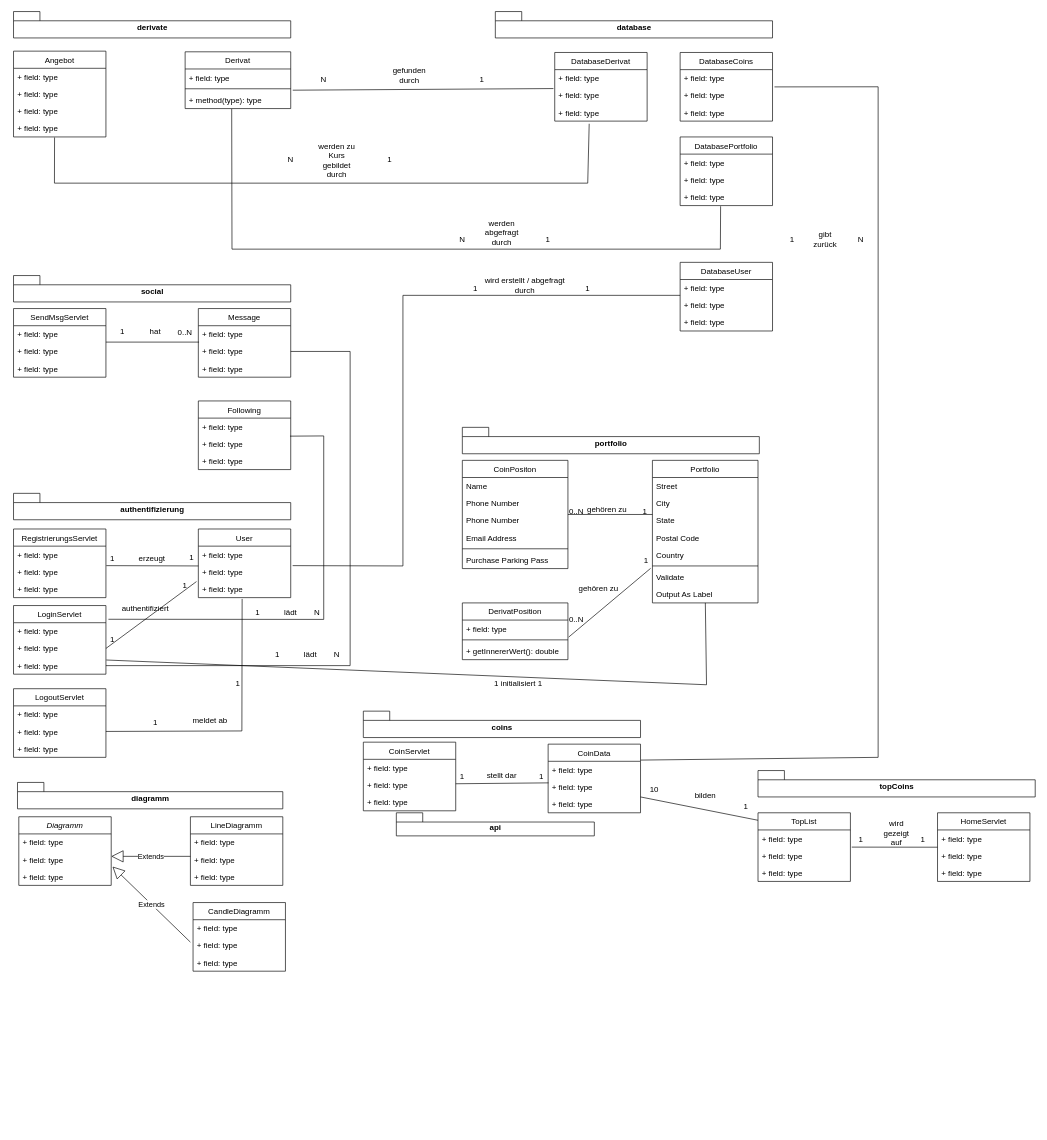
This is klassendiagram.drawio from LouisPetrik/Uebungsblatt02, a draw.io file, before an edit. Source tidied: cells renumbered, new cells numbered last; positions are measured from the earlier drawing's top-left corner, leaving out a move shared by most shapes. Both pictures are drawn from the tidied source at 66%, with x=0, y=0 at pixel (13, 11).
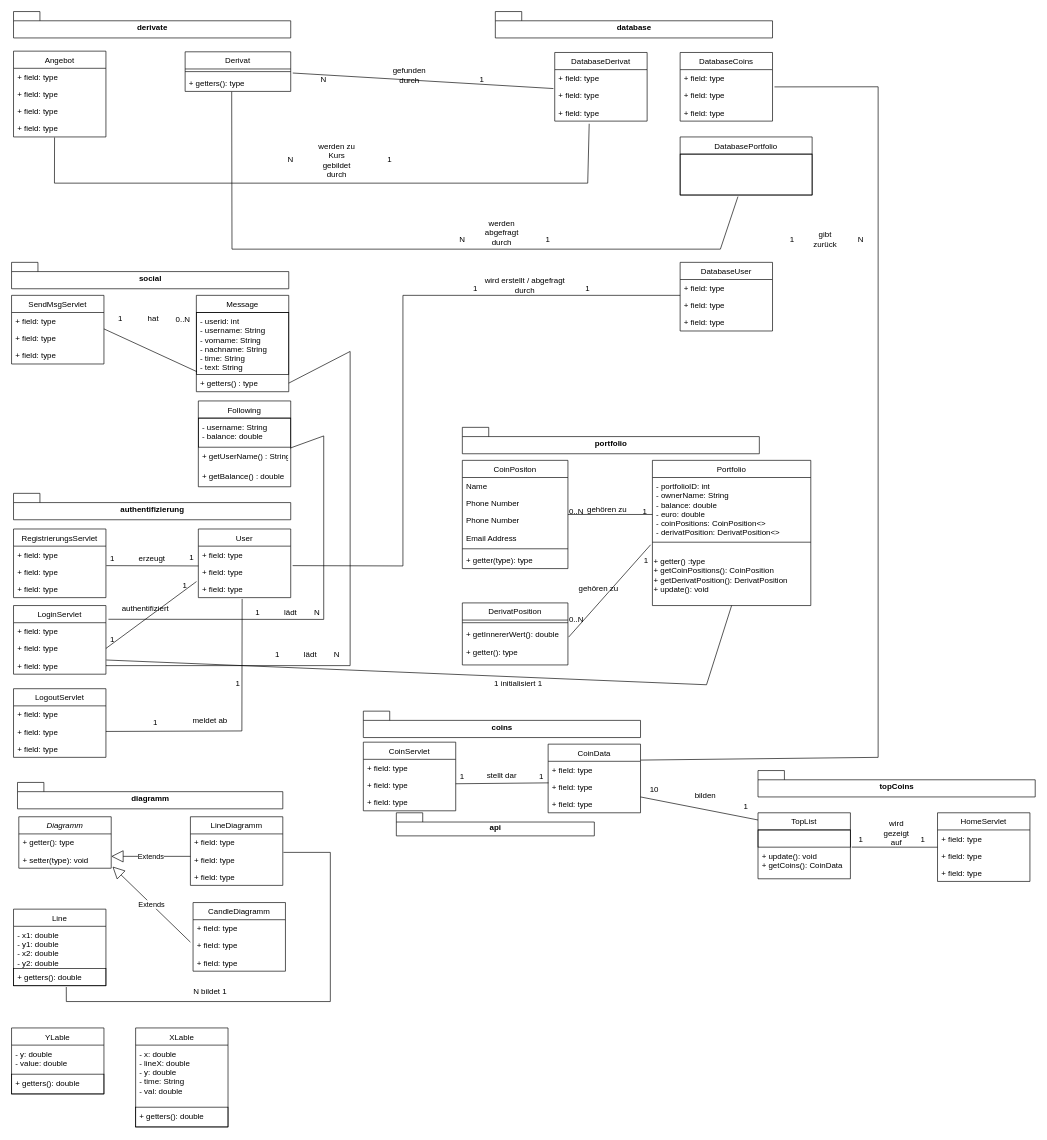
After the change.

Unchanged cells that the change refers to:
```xml
<mxCell id="2" value="CoinPositon" style="swimlane;fontStyle=0;align=center;verticalAlign=top;horizontal=1;startSize=26;rounded=0;shadow=0;strokeWidth=1;" parent="1" vertex="1">
  <mxGeometry x="680" y="680" width="160" height="164" as="geometry" />
</mxCell>
<mxCell id="37" value="+ field: type" style="text;strokeColor=none;fillColor=none;align=left;verticalAlign=top;spacingLeft=4;spacingRight=4;overflow=hidden;points=[[0,0.5],[1,0.5]];portConstraint=eastwest;" parent="35" vertex="1">
  <mxGeometry y="52" width="140" height="26" as="geometry" />
</mxCell>
<mxCell id="104" value="+ field: type" style="text;strokeColor=none;fillColor=none;align=left;verticalAlign=top;spacingLeft=4;spacingRight=4;overflow=hidden;points=[[0,0.5],[1,0.5]];portConstraint=eastwest;" parent="101" vertex="1">
  <mxGeometry y="78" width="140" height="26" as="geometry" />
</mxCell>
```

The edit, as a diff of the source:
```diff
@@
-    <mxCell id="8" value="Purchase Parking Pass" style="text;align=left;verticalAlign=top;spacingLeft=4;spacingRight=4;overflow=hidden;" parent="2" vertex="1">
+    <mxCell id="8" value="+ getter(type): type" style="text;align=left;verticalAlign=top;spacingLeft=4;spacingRight=4;overflow=hidden;" parent="2" vertex="1">
       <mxGeometry y="138" width="160" height="26" as="geometry" />
     </mxCell>
     <mxCell id="9" value="Portfolio" style="swimlane;fontStyle=0;align=center;verticalAlign=top;horizontal=1;startSize=26;rounded=0;shadow=0;strokeWidth=1;" parent="1" vertex="1">
-      <mxGeometry x="968" y="680" width="160" height="216" as="geometry" />
+      <mxGeometry x="968" y="680" width="240" height="220" as="geometry" />
     </mxCell>
-    <mxCell id="10" value="Street" style="text;align=left;verticalAlign=top;spacingLeft=4;spacingRight=4;overflow=hidden;" parent="9" vertex="1">
-      <mxGeometry y="26" width="160" height="26" as="geometry" />
+    <mxCell id="10" value="- portfolioID: int&#10;- ownerName: String&#10;- balance: double&#10;- euro: double&#10;- coinPositions: CoinPosition&lt;&gt;&#10;- derivatPosition: DerivatPosition&lt;&gt;" style="text;align=left;verticalAlign=top;spacingLeft=4;spacingRight=4;overflow=hidden;" parent="9" vertex="1">
+      <mxGeometry y="26" width="240" height="94" as="geometry" />
     </mxCell>
-    <mxCell id="11" value="City" style="text;align=left;verticalAlign=top;spacingLeft=4;spacingRight=4;overflow=hidden;rounded=0;shadow=0;html=0;" parent="9" vertex="1">
-      <mxGeometry y="52" width="160" height="26" as="geometry" />
-    </mxCell>
-    <mxCell id="12" value="State" style="text;align=left;verticalAlign=top;spacingLeft=4;spacingRight=4;overflow=hidden;rounded=0;shadow=0;html=0;" parent="9" vertex="1">
-      <mxGeometry y="78" width="160" height="26" as="geometry" />
-    </mxCell>
-    <mxCell id="13" value="Postal Code" style="text;align=left;verticalAlign=top;spacingLeft=4;spacingRight=4;overflow=hidden;rounded=0;shadow=0;html=0;" parent="9" vertex="1">
-      <mxGeometry y="104" width="160" height="26" as="geometry" />
-    </mxCell>
-    <mxCell id="14" value="Country" style="text;align=left;verticalAlign=top;spacingLeft=4;spacingRight=4;overflow=hidden;rounded=0;shadow=0;html=0;" parent="9" vertex="1">
-      <mxGeometry y="130" width="160" height="26" as="geometry" />
-    </mxCell>
     <mxCell id="15" style="line;html=1;strokeWidth=1;align=left;verticalAlign=middle;spacingTop=-1;spacingLeft=3;spacingRight=3;labelPosition=right;" parent="9" vertex="1">
-      <mxGeometry y="156" width="160" height="8" as="geometry" />
+      <mxGeometry y="120" width="240" height="8" as="geometry" />
     </mxCell>
-    <mxCell id="16" value="Validate" style="text;align=left;verticalAlign=top;spacingLeft=4;spacingRight=4;overflow=hidden;points=[[0,0.5],[1,0.5]];portConstraint=eastwest;" parent="9" vertex="1">
-      <mxGeometry y="164" width="160" height="26" as="geometry" />
-    </mxCell>
-    <mxCell id="17" value="Output As Label" style="text;align=left;verticalAlign=top;spacingLeft=4;spacingRight=4;overflow=hidden;points=[[0,0.5],[1,0.5]];portConstraint=eastwest;" parent="9" vertex="1">
-      <mxGeometry y="190" width="160" height="26" as="geometry" />
-    </mxCell>
+    <mxCell id="180" value="&lt;span style=&quot;&quot;&gt;+ getter() :type&lt;/span&gt;&lt;br style=&quot;padding: 0px; margin: 0px;&quot;&gt;&lt;span style=&quot;&quot;&gt;+ getCoinPositions(): CoinPosition&lt;/span&gt;&lt;br style=&quot;padding: 0px; margin: 0px;&quot;&gt;&lt;span style=&quot;&quot;&gt;+ getDerivatPosition(): DerivatPosition&lt;/span&gt;&lt;br style=&quot;padding: 0px; margin: 0px;&quot;&gt;&lt;span style=&quot;&quot;&gt;+ update(): void&lt;/span&gt;" style="text;html=1;strokeColor=none;fillColor=none;align=left;verticalAlign=middle;whiteSpace=wrap;rounded=0;" parent="9" vertex="1">
+      <mxGeometry y="128" width="240" height="92" as="geometry" />
+    </mxCell>
@@
     <mxCell id="22" value="DerivatPosition&#10;" style="swimlane;fontStyle=0;align=center;verticalAlign=top;horizontal=1;startSize=26;" parent="1" vertex="1">
-      <mxGeometry x="680" y="896" width="160" height="86" as="geometry" />
+      <mxGeometry x="680" y="896" width="160" height="94" as="geometry" />
     </mxCell>
-    <mxCell id="23" value="+ field: type" style="text;strokeColor=none;fillColor=none;align=left;verticalAlign=top;spacingLeft=4;spacingRight=4;overflow=hidden;points=[[0,0.5],[1,0.5]];portConstraint=eastwest;" parent="22" vertex="1">
-      <mxGeometry y="26" width="160" height="26" as="geometry" />
-    </mxCell>
     <mxCell id="24" style="line;strokeWidth=1;fillColor=none;align=left;verticalAlign=middle;spacingTop=-1;spacingLeft=3;spacingRight=3;labelPosition=right;" parent="22" vertex="1">
-      <mxGeometry y="52" width="160" height="8" as="geometry" />
+      <mxGeometry y="26" width="160" height="8" as="geometry" />
     </mxCell>
-    <mxCell id="25" value="+ getInnererWert(): double" style="text;strokeColor=none;fillColor=none;align=left;verticalAlign=top;spacingLeft=4;spacingRight=4;overflow=hidden;" parent="22" vertex="1">
-      <mxGeometry y="60" width="160" height="26" as="geometry" />
+    <mxCell id="25" value="+ getInnererWert(): double&#10;&#10;+ getter(): type" style="text;strokeColor=none;fillColor=none;align=left;verticalAlign=top;spacingLeft=4;spacingRight=4;overflow=hidden;" parent="22" vertex="1">
+      <mxGeometry y="34" width="160" height="60" as="geometry" />
     </mxCell>
@@
-    <mxCell id="29" style="endArrow=none;html=1;rounded=0;entryX=-0.017;entryY=-0.013;entryDx=0;entryDy=0;entryPerimeter=0;exitX=1.007;exitY=0.994;exitDx=0;exitDy=0;exitPerimeter=0;" parent="1" edge="1" source="23" target="16">
-      <mxGeometry relative="1" as="geometry" />
+    <mxCell id="29" style="endArrow=none;html=1;rounded=0;entryX=-0.017;entryY=-0.013;entryDx=0;entryDy=0;entryPerimeter=0;exitX=1.007;exitY=0.994;exitDx=0;exitDy=0;exitPerimeter=0;" parent="1" edge="1">
+      <mxGeometry relative="1" as="geometry">
+        <mxPoint x="841.1" y="947.8" as="sourcePoint" />
+        <mxPoint x="965.3" y="807.9" as="targetPoint" />
+      </mxGeometry>
     </mxCell>
     <mxCell id="30" value="Diagramm" style="swimlane;fontStyle=2;horizontal=1;startSize=26;fillColor=none;" parent="1" vertex="1">
-      <mxGeometry x="8" y="1220" width="140" height="104" as="geometry" />
+      <mxGeometry x="8" y="1220" width="140" height="78" as="geometry" />
     </mxCell>
-    <mxCell id="31" value="+ field: type" style="text;strokeColor=none;fillColor=none;align=left;verticalAlign=top;spacingLeft=4;spacingRight=4;overflow=hidden;" parent="30" vertex="1">
+    <mxCell id="31" value="+ getter(): type" style="text;strokeColor=none;fillColor=none;align=left;verticalAlign=top;spacingLeft=4;spacingRight=4;overflow=hidden;" parent="30" vertex="1">
       <mxGeometry y="26" width="140" height="26" as="geometry" />
     </mxCell>
-    <mxCell id="32" value="+ field: type" style="text;strokeColor=none;fillColor=none;align=left;verticalAlign=top;spacingLeft=4;spacingRight=4;overflow=hidden;points=[[0,0.5],[1,0.5]];portConstraint=eastwest;" parent="30" vertex="1">
+    <mxCell id="32" value="+ setter(type): void" style="text;strokeColor=none;fillColor=none;align=left;verticalAlign=top;spacingLeft=4;spacingRight=4;overflow=hidden;points=[[0,0.5],[1,0.5]];portConstraint=eastwest;" parent="30" vertex="1">
       <mxGeometry y="52" width="140" height="26" as="geometry" />
     </mxCell>
-    <mxCell id="33" value="+ field: type" style="text;strokeColor=none;fillColor=none;align=left;verticalAlign=top;spacingLeft=4;spacingRight=4;overflow=hidden;" parent="30" vertex="1">
-      <mxGeometry y="78" width="140" height="26" as="geometry" />
-    </mxCell>
@@
     <mxCell id="44" value="SendMsgServlet" style="swimlane;fontStyle=0;horizontal=1;startSize=26;fillColor=none;" parent="1" vertex="1">
-      <mxGeometry y="450" width="140" height="104" as="geometry" />
+      <mxGeometry x="-3" y="430" width="140" height="104" as="geometry" />
     </mxCell>
@@
     <mxCell id="48" value="Message" style="swimlane;fontStyle=0;horizontal=1;startSize=26;fillColor=none;" parent="1" vertex="1">
-      <mxGeometry x="280" y="450" width="140" height="104" as="geometry" />
+      <mxGeometry x="277" y="430" width="140" height="146" as="geometry" />
     </mxCell>
-    <mxCell id="49" value="+ field: type" style="text;strokeColor=none;fillColor=none;align=left;verticalAlign=top;spacingLeft=4;spacingRight=4;overflow=hidden;points=[[0,0.5],[1,0.5]];portConstraint=eastwest;" parent="48" vertex="1">
-      <mxGeometry y="26" width="140" height="26" as="geometry" />
+    <mxCell id="49" value="- userid: int &#10;- username: String&#10;- vorname: String&#10;- nachname: String&#10;- time: String&#10;- text: String" style="text;strokeColor=default;fillColor=none;align=left;verticalAlign=top;spacingLeft=4;spacingRight=4;overflow=hidden;points=[[0,0.5],[1,0.5]];portConstraint=eastwest;" parent="48" vertex="1">
+      <mxGeometry y="26" width="140" height="94" as="geometry" />
     </mxCell>
-    <mxCell id="50" value="+ field: type" style="text;strokeColor=none;fillColor=none;align=left;verticalAlign=top;spacingLeft=4;spacingRight=4;overflow=hidden;points=[[0,0.5],[1,0.5]];portConstraint=eastwest;" parent="48" vertex="1">
-      <mxGeometry y="52" width="140" height="26" as="geometry" />
+    <mxCell id="50" value="+ getters() : type" style="text;strokeColor=none;fillColor=none;align=left;verticalAlign=top;spacingLeft=4;spacingRight=4;overflow=hidden;points=[[0,0.5],[1,0.5]];portConstraint=eastwest;" parent="48" vertex="1">
+      <mxGeometry y="120" width="140" height="26" as="geometry" />
     </mxCell>
-    <mxCell id="51" value="+ field: type" style="text;strokeColor=none;fillColor=none;align=left;verticalAlign=top;spacingLeft=4;spacingRight=4;overflow=hidden;" parent="48" vertex="1">
-      <mxGeometry y="78" width="140" height="26" as="geometry" />
-    </mxCell>
@@
     <mxCell id="53" value="hat" style="text;html=1;strokeColor=none;fillColor=none;align=center;verticalAlign=middle;whiteSpace=wrap;rounded=0;" parent="1" vertex="1">
-      <mxGeometry x="200" y="470" width="30" height="30" as="geometry" />
+      <mxGeometry x="197" y="450" width="30" height="30" as="geometry" />
     </mxCell>
     <mxCell id="54" value="1" style="text;html=1;strokeColor=none;fillColor=none;align=center;verticalAlign=middle;whiteSpace=wrap;rounded=0;" parent="1" vertex="1">
-      <mxGeometry x="140" y="475" width="50" height="20" as="geometry" />
+      <mxGeometry x="137" y="455" width="50" height="20" as="geometry" />
     </mxCell>
     <mxCell id="55" value="0..N" style="text;html=1;strokeColor=none;fillColor=none;align=center;verticalAlign=middle;whiteSpace=wrap;rounded=0;" parent="1" vertex="1">
-      <mxGeometry x="230" y="472" width="60" height="30" as="geometry" />
+      <mxGeometry x="227" y="452" width="60" height="30" as="geometry" />
     </mxCell>
     <mxCell id="56" value="social&lt;br&gt;" style="shape=folder;fontStyle=1;spacingTop=10;tabWidth=40;tabHeight=14;tabPosition=left;html=1;" parent="1" vertex="1">
-      <mxGeometry y="400" width="420" height="40" as="geometry" />
+      <mxGeometry x="-3" y="380" width="420" height="40" as="geometry" />
     </mxCell>
@@
     <mxCell id="63" value="TopList" style="swimlane;fontStyle=0;horizontal=1;startSize=26;fillColor=none;" parent="1" vertex="1">
-      <mxGeometry x="1128" y="1214" width="140" height="104" as="geometry" />
+      <mxGeometry x="1128" y="1214" width="140" height="100" as="geometry" />
     </mxCell>
-    <mxCell id="64" value="+ field: type" style="text;strokeColor=none;fillColor=none;align=left;verticalAlign=top;spacingLeft=4;spacingRight=4;overflow=hidden;" parent="63" vertex="1">
-      <mxGeometry y="26" width="140" height="26" as="geometry" />
-    </mxCell>
-    <mxCell id="65" value="+ field: type" style="text;strokeColor=none;fillColor=none;align=left;verticalAlign=top;spacingLeft=4;spacingRight=4;overflow=hidden;" parent="63" vertex="1">
-      <mxGeometry y="52" width="140" height="26" as="geometry" />
+    <mxCell id="65" style="text;strokeColor=default;fillColor=none;align=left;verticalAlign=top;spacingLeft=4;spacingRight=4;overflow=hidden;" parent="63" vertex="1">
+      <mxGeometry y="26" width="140" height="26" as="geometry" />
     </mxCell>
-    <mxCell id="66" value="+ field: type" style="text;strokeColor=none;fillColor=none;align=left;verticalAlign=top;spacingLeft=4;spacingRight=4;overflow=hidden;" parent="63" vertex="1">
-      <mxGeometry y="78" width="140" height="26" as="geometry" />
+    <mxCell id="66" value="+ update(): void&#10;+ getCoins(): CoinData" style="text;strokeColor=none;fillColor=none;align=left;verticalAlign=top;spacingLeft=4;spacingRight=4;overflow=hidden;" parent="63" vertex="1">
+      <mxGeometry y="52" width="140" height="48" as="geometry" />
     </mxCell>
@@
     <mxCell id="113" value="Following" style="swimlane;fontStyle=0;horizontal=1;startSize=26;fillColor=none;" parent="1" vertex="1">
-      <mxGeometry x="280" y="590" width="140" height="104" as="geometry" />
+      <mxGeometry x="280" y="590" width="140" height="130" as="geometry" />
     </mxCell>
-    <mxCell id="114" value="+ field: type" style="text;strokeColor=none;fillColor=none;align=left;verticalAlign=top;spacingLeft=4;spacingRight=4;overflow=hidden;" parent="113" vertex="1">
-      <mxGeometry y="26" width="140" height="26" as="geometry" />
+    <mxCell id="114" value="- username: String&#10;- balance: double" style="text;strokeColor=default;fillColor=none;align=left;verticalAlign=top;spacingLeft=4;spacingRight=4;overflow=hidden;" parent="113" vertex="1">
+      <mxGeometry y="26" width="140" height="44" as="geometry" />
     </mxCell>
-    <mxCell id="115" value="+ field: type" style="text;strokeColor=none;fillColor=none;align=left;verticalAlign=top;spacingLeft=4;spacingRight=4;overflow=hidden;points=[[0,0.5],[1,0.5]];portConstraint=eastwest;" parent="113" vertex="1">
-      <mxGeometry y="52" width="140" height="26" as="geometry" />
+    <mxCell id="115" value="+ getUserName() : String" style="text;strokeColor=none;fillColor=none;align=left;verticalAlign=top;spacingLeft=4;spacingRight=4;overflow=hidden;points=[[0,0.5],[1,0.5]];portConstraint=eastwest;" parent="113" vertex="1">
+      <mxGeometry y="70" width="140" height="30" as="geometry" />
     </mxCell>
-    <mxCell id="116" value="+ field: type" style="text;strokeColor=none;fillColor=none;align=left;verticalAlign=top;spacingLeft=4;spacingRight=4;overflow=hidden;" parent="113" vertex="1">
-      <mxGeometry y="78" width="140" height="26" as="geometry" />
+    <mxCell id="116" value="+ getBalance() : double" style="text;strokeColor=none;fillColor=none;align=left;verticalAlign=top;spacingLeft=4;spacingRight=4;overflow=hidden;" parent="113" vertex="1">
+      <mxGeometry y="100" width="140" height="30" as="geometry" />
     </mxCell>
@@
-    <mxCell id="129" style="endArrow=none;html=1;rounded=0;strokeColor=default;exitX=1.004;exitY=0.173;exitDx=0;exitDy=0;exitPerimeter=0;" parent="1" edge="1" source="104" target="17">
+    <mxCell id="129" style="endArrow=none;html=1;rounded=0;strokeColor=default;exitX=1.004;exitY=0.173;exitDx=0;exitDy=0;exitPerimeter=0;entryX=0.5;entryY=1;entryDx=0;entryDy=0;" parent="1" edge="1" source="104" target="9">
       <mxGeometry relative="1" as="geometry">
         <Array as="points">
           <mxPoint x="1050" y="1020" />
         </Array>
       </mxGeometry>
     </mxCell>
@@
     <mxCell id="138" value="Derivat" style="swimlane;fontStyle=0;align=center;verticalAlign=top;horizontal=1;startSize=26;" parent="1" vertex="1">
-      <mxGeometry x="260" y="61" width="160" height="86" as="geometry" />
+      <mxGeometry x="260" y="61" width="160" height="60" as="geometry" />
     </mxCell>
-    <mxCell id="139" value="+ field: type" style="text;strokeColor=none;fillColor=none;align=left;verticalAlign=top;spacingLeft=4;spacingRight=4;overflow=hidden;" parent="138" vertex="1">
-      <mxGeometry y="26" width="160" height="26" as="geometry" />
-    </mxCell>
     <mxCell id="140" style="line;strokeWidth=1;fillColor=none;align=left;verticalAlign=middle;spacingTop=-1;spacingLeft=3;spacingRight=3;labelPosition=right;" parent="138" vertex="1">
-      <mxGeometry y="52" width="160" height="8" as="geometry" />
+      <mxGeometry y="26" width="160" height="8" as="geometry" />
     </mxCell>
-    <mxCell id="141" value="+ method(type): type" style="text;strokeColor=none;fillColor=none;align=left;verticalAlign=top;spacingLeft=4;spacingRight=4;overflow=hidden;points=[[0,0.5],[1,0.5]];portConstraint=eastwest;" parent="138" vertex="1">
-      <mxGeometry y="60" width="160" height="26" as="geometry" />
+    <mxCell id="141" value="+ getters(): type" style="text;strokeColor=none;fillColor=none;align=left;verticalAlign=top;spacingLeft=4;spacingRight=4;overflow=hidden;points=[[0,0.5],[1,0.5]];portConstraint=eastwest;" parent="138" vertex="1">
+      <mxGeometry y="34" width="160" height="26" as="geometry" />
     </mxCell>
@@
     <mxCell id="163" value="DatabasePortfolio" style="swimlane;fontStyle=0;horizontal=1;startSize=26;fillColor=none;" parent="1" vertex="1">
-      <mxGeometry x="1010" y="190" width="140" height="104" as="geometry" />
+      <mxGeometry x="1010" y="190" width="200" height="88" as="geometry" />
     </mxCell>
-    <mxCell id="164" value="+ field: type" style="text;strokeColor=none;fillColor=none;align=left;verticalAlign=top;spacingLeft=4;spacingRight=4;overflow=hidden;" parent="163" vertex="1">
-      <mxGeometry y="26" width="140" height="26" as="geometry" />
-    </mxCell>
-    <mxCell id="165" value="+ field: type" style="text;strokeColor=none;fillColor=none;align=left;verticalAlign=top;spacingLeft=4;spacingRight=4;overflow=hidden;" parent="163" vertex="1">
-      <mxGeometry y="52" width="140" height="26" as="geometry" />
-    </mxCell>
-    <mxCell id="166" value="+ field: type" style="text;strokeColor=none;fillColor=none;align=left;verticalAlign=top;spacingLeft=4;spacingRight=4;overflow=hidden;points=[[0,0.5],[1,0.5]];portConstraint=eastwest;" parent="163" vertex="1">
-      <mxGeometry y="78" width="140" height="26" as="geometry" />
+    <mxCell id="166" style="text;strokeColor=default;fillColor=none;align=left;verticalAlign=top;spacingLeft=4;spacingRight=4;overflow=hidden;points=[[0,0.5],[1,0.5]];portConstraint=eastwest;" parent="163" vertex="1">
+      <mxGeometry y="26" width="200" height="62" as="geometry" />
     </mxCell>
@@
+    <mxCell id="181" value="Line" style="swimlane;fontStyle=0;horizontal=1;startSize=26;fillColor=none;strokeColor=default;" parent="1" vertex="1">
+      <mxGeometry y="1360" width="140" height="116" as="geometry" />
+    </mxCell>
+    <mxCell id="182" value="- x1: double&#10;- y1: double &#10;- x2: double&#10;- y2: double" style="text;strokeColor=none;fillColor=none;align=left;verticalAlign=top;spacingLeft=4;spacingRight=4;overflow=hidden;" parent="181" vertex="1">
+      <mxGeometry y="26" width="140" height="64" as="geometry" />
+    </mxCell>
+    <mxCell id="183" value="+ getters(): double" style="text;strokeColor=default;fillColor=none;align=left;verticalAlign=top;spacingLeft=4;spacingRight=4;overflow=hidden;points=[[0,0.5],[1,0.5]];portConstraint=eastwest;" parent="181" vertex="1">
+      <mxGeometry y="90" width="140" height="26" as="geometry" />
+    </mxCell>
+    <mxCell id="184" style="endArrow=none;html=1;rounded=0;strokeColor=default;entryX=1.007;entryY=0.077;entryDx=0;entryDy=0;entryPerimeter=0;exitX=0.571;exitY=1.077;exitDx=0;exitDy=0;exitPerimeter=0;" parent="1" edge="1" source="183" target="37">
+      <mxGeometry relative="1" as="geometry">
+        <Array as="points">
+          <mxPoint x="80" y="1500" />
+          <mxPoint x="480" y="1500" />
+          <mxPoint x="480" y="1274" />
+        </Array>
+      </mxGeometry>
+    </mxCell>
+    <mxCell id="185" value="N bildet 1" style="text;html=1;strokeColor=none;fillColor=none;align=center;verticalAlign=middle;whiteSpace=wrap;rounded=0;" parent="1" vertex="1">
+      <mxGeometry x="268" y="1470" width="60" height="30" as="geometry" />
+    </mxCell>
+    <mxCell id="186" value="YLable" style="swimlane;fontStyle=0;horizontal=1;startSize=26;fillColor=none;strokeColor=default;" parent="1" vertex="1">
+      <mxGeometry x="-3" y="1540" width="140" height="100" as="geometry" />
+    </mxCell>
+    <mxCell id="187" value="- y: double&#10;- value: double" style="text;strokeColor=none;fillColor=none;align=left;verticalAlign=top;spacingLeft=4;spacingRight=4;overflow=hidden;" parent="186" vertex="1">
+      <mxGeometry y="26" width="140" height="44" as="geometry" />
+    </mxCell>
+    <mxCell id="188" value="+ getters(): double" style="text;strokeColor=default;fillColor=none;align=left;verticalAlign=top;spacingLeft=4;spacingRight=4;overflow=hidden;" parent="186" vertex="1">
+      <mxGeometry y="70" width="140" height="30" as="geometry" />
+    </mxCell>
+    <mxCell id="189" value="XLable" style="swimlane;fontStyle=0;horizontal=1;startSize=26;fillColor=none;strokeColor=default;" parent="1" vertex="1">
+      <mxGeometry x="185" y="1540" width="140" height="150" as="geometry" />
+    </mxCell>
+    <mxCell id="190" value="- x: double&#10;- lineX: double&#10;- y: double &#10;- time: String&#10;- val: double" style="text;strokeColor=none;fillColor=none;align=left;verticalAlign=top;spacingLeft=4;spacingRight=4;overflow=hidden;" parent="189" vertex="1">
+      <mxGeometry y="26" width="140" height="94" as="geometry" />
+    </mxCell>
+    <mxCell id="191" value="+ getters(): double" style="text;strokeColor=default;fillColor=none;align=left;verticalAlign=top;spacingLeft=4;spacingRight=4;overflow=hidden;" parent="189" vertex="1">
+      <mxGeometry y="120" width="140" height="30" as="geometry" />
+    </mxCell>
```
